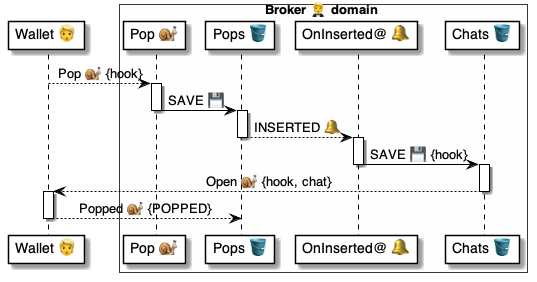
The PlantUML diagram 4 ⚙️ Solution/20 🧑‍🦰 UI/Brokers 🤵/🤵🪣 Broker tables/Pops 🎈 table/🪣🔔 11 Pop/🤵 OnPopInserted ⚙️ uml.png in pollyweb-org/pollyweb-docs, before a commit. Its source is kept beside it as 4 ⚙️ Solution/20 🧑‍🦰 UI/Brokers 🤵/🤵🪣 Broker tables/Pops 🎈 table/🪣🔔 11 Pop/🤵 OnPopInserted ⚙️ uml.puml.
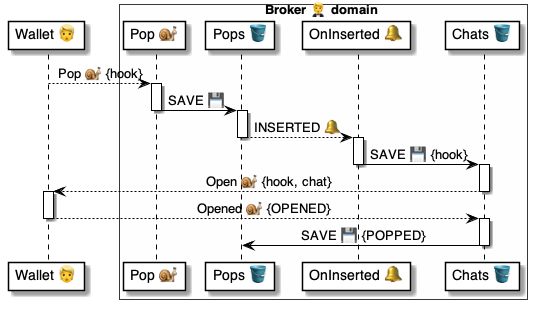
After the change.

Change to the diagram source:
```diff
@@ -5,7 +5,7 @@
 box Broker 🤵 domain #FFFFFA
     participant "Pop 🐌" as pop
     participant "Pops 🪣" as pops
-    participant "OnInserted@ 🔔" as popped
+    participant "OnInserted 🔔" as popped
     participant "Chats 🪣" as chats
 end box
 
@@ -29,8 +29,12 @@
 deactivate chats
 
 activate wallet
-    wallet --> pops: Popped 🐌 {POPPED}
+    wallet --> chats: Opened 🐌 {OPENED}
 deactivate wallet
+
+activate chats
+    chats -> pops: SAVE 💾 {POPPED}
+deactivate chats
 
 
 @enduml
```
